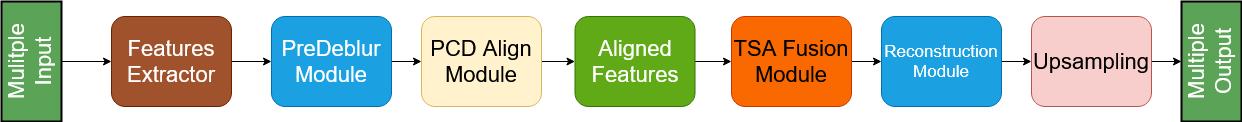
This is document/schematics/EDVR.png from nicolas-gatta/DermaTrack, a draw.io export, as it was before one commit. Source tidied: cells renumbered, new cells last; positions are measured from the earlier drawing's top-left corner, leaving out a move shared by most shapes.
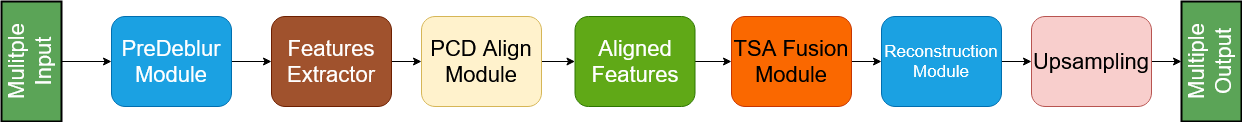
Later version of the same file.

Commit message:
Invert preDeblurring and Feature Extraction

Diff of the diagram source:
```diff
@@ -2,17 +2,17 @@
   <root>
     <mxCell id="0" />
     <mxCell id="1" parent="0" />
-    <mxCell id="2" style="edgeStyle=orthogonalEdgeStyle;rounded=0;jettySize=auto;html=1;" parent="1" edge="1" source="3" target="18">
+    <mxCell id="2" style="edgeStyle=orthogonalEdgeStyle;rounded=0;jettySize=auto;html=1;entryX=0;entryY=0.5;entryDx=0;entryDy=0;" parent="1" edge="1" source="3" target="5">
       <mxGeometry relative="1" as="geometry" />
     </mxCell>
     <mxCell id="3" value="&lt;font style=&quot;font-size: 22px; color: light-dark(rgb(255, 255, 255), rgb(237, 237, 237));&quot;&gt;Mulitple Input&lt;/font&gt;" style="rounded=0;whiteSpace=wrap;html=1;rotation=-90;fillColor=light-dark(#5ba457, #1f2f1e);strokeColor=light-dark(#000000, #446e2c);horizontal=0;textDirection=vertical-rl;strokeWidth=2;" parent="1" vertex="1">
       <mxGeometry y="15" width="120" height="60" as="geometry" />
     </mxCell>
-    <mxCell id="4" style="edgeStyle=orthogonalEdgeStyle;rounded=0;jettySize=auto;html=1;entryX=0;entryY=0.5;entryDx=0;entryDy=0;" parent="1" edge="1" source="5" target="7">
+    <mxCell id="4" style="edgeStyle=orthogonalEdgeStyle;rounded=0;jettySize=auto;html=1;entryX=0;entryY=0.5;entryDx=0;entryDy=0;" parent="1" edge="1" source="5" target="18">
       <mxGeometry relative="1" as="geometry" />
     </mxCell>
     <mxCell id="5" value="&lt;font style=&quot;font-size: 22px;&quot;&gt;PreDeblur Module&lt;/font&gt;" style="rounded=1;whiteSpace=wrap;html=1;fillColor=#1ba1e2;strokeColor=#006EAF;fontColor=#ffffff;" parent="1" vertex="1">
-      <mxGeometry x="300" width="120" height="90" as="geometry" />
+      <mxGeometry x="140" width="120" height="90" as="geometry" />
     </mxCell>
     <mxCell id="6" style="edgeStyle=orthogonalEdgeStyle;rounded=0;jettySize=auto;html=1;entryX=0;entryY=0.5;entryDx=0;entryDy=0;" parent="1" edge="1" source="7" target="9">
       <mxGeometry relative="1" as="geometry" />
@@ -47,11 +47,11 @@
     <mxCell id="16" value="&lt;font style=&quot;font-size: 22px;&quot;&gt;&lt;span style=&quot;color: light-dark(rgb(255, 255, 255), rgb(237, 237, 237));&quot;&gt;Multiple Output&lt;/span&gt;&lt;/font&gt;" style="rounded=0;whiteSpace=wrap;html=1;rotation=-90;fillColor=light-dark(#5ba457, #1f2f1e);strokeColor=light-dark(#000000, #446e2c);horizontal=0;textDirection=vertical-rl;strokeWidth=2;" parent="1" vertex="1">
       <mxGeometry x="1180" y="15" width="120" height="60" as="geometry" />
     </mxCell>
-    <mxCell id="17" style="edgeStyle=orthogonalEdgeStyle;rounded=0;jettySize=auto;html=1;entryX=0;entryY=0.5;entryDx=0;entryDy=0;" parent="1" edge="1" source="18" target="5">
+    <mxCell id="17" style="edgeStyle=orthogonalEdgeStyle;rounded=0;jettySize=auto;html=1;entryX=0;entryY=0.5;entryDx=0;entryDy=0;" parent="1" edge="1" source="18" target="7">
       <mxGeometry relative="1" as="geometry" />
     </mxCell>
     <mxCell id="18" value="&lt;font style=&quot;font-size: 22px; color: light-dark(rgb(255, 255, 255), rgb(237, 237, 237));&quot;&gt;Features Extractor&lt;/font&gt;" style="rounded=1;whiteSpace=wrap;html=1;fillColor=#a0522d;strokeColor=#6D1F00;fontColor=#ffffff;" parent="1" vertex="1">
-      <mxGeometry x="140" width="120" height="90" as="geometry" />
+      <mxGeometry x="300" width="120" height="90" as="geometry" />
     </mxCell>
   </root>
 </mxGraphModel>
```
